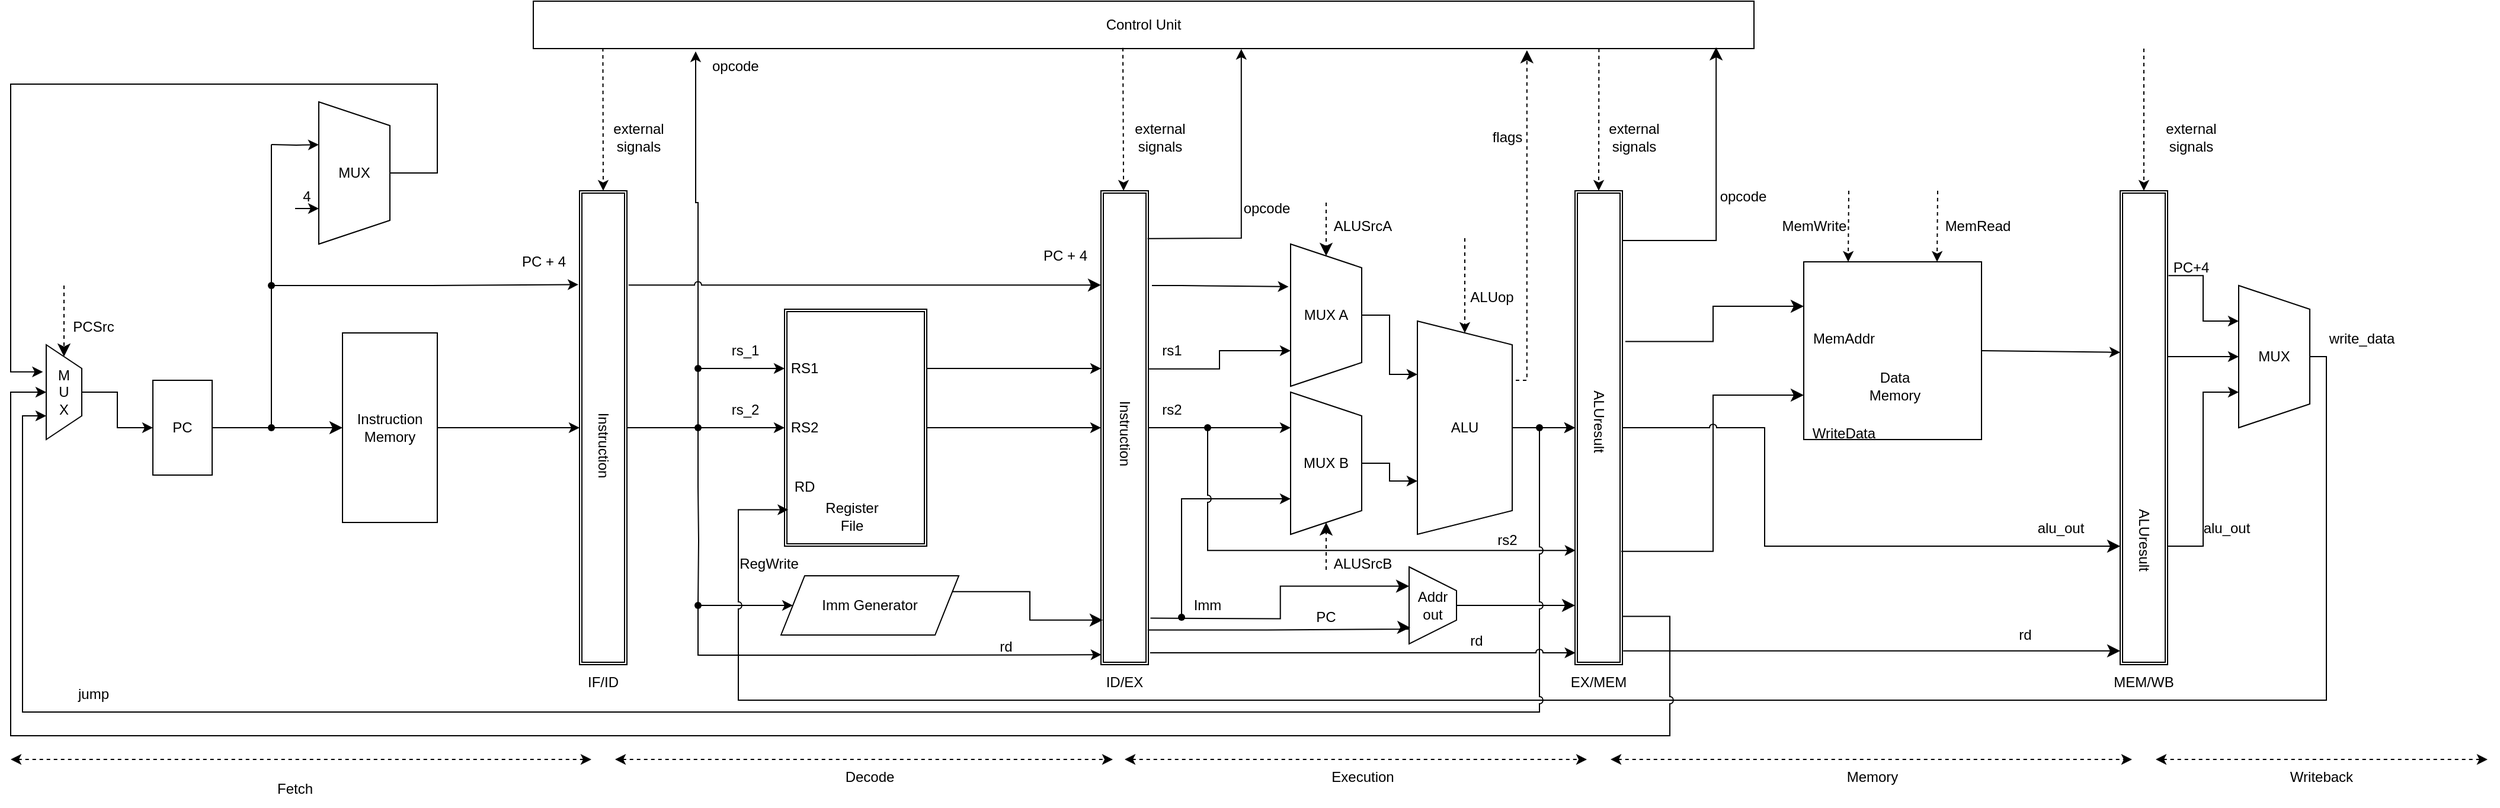
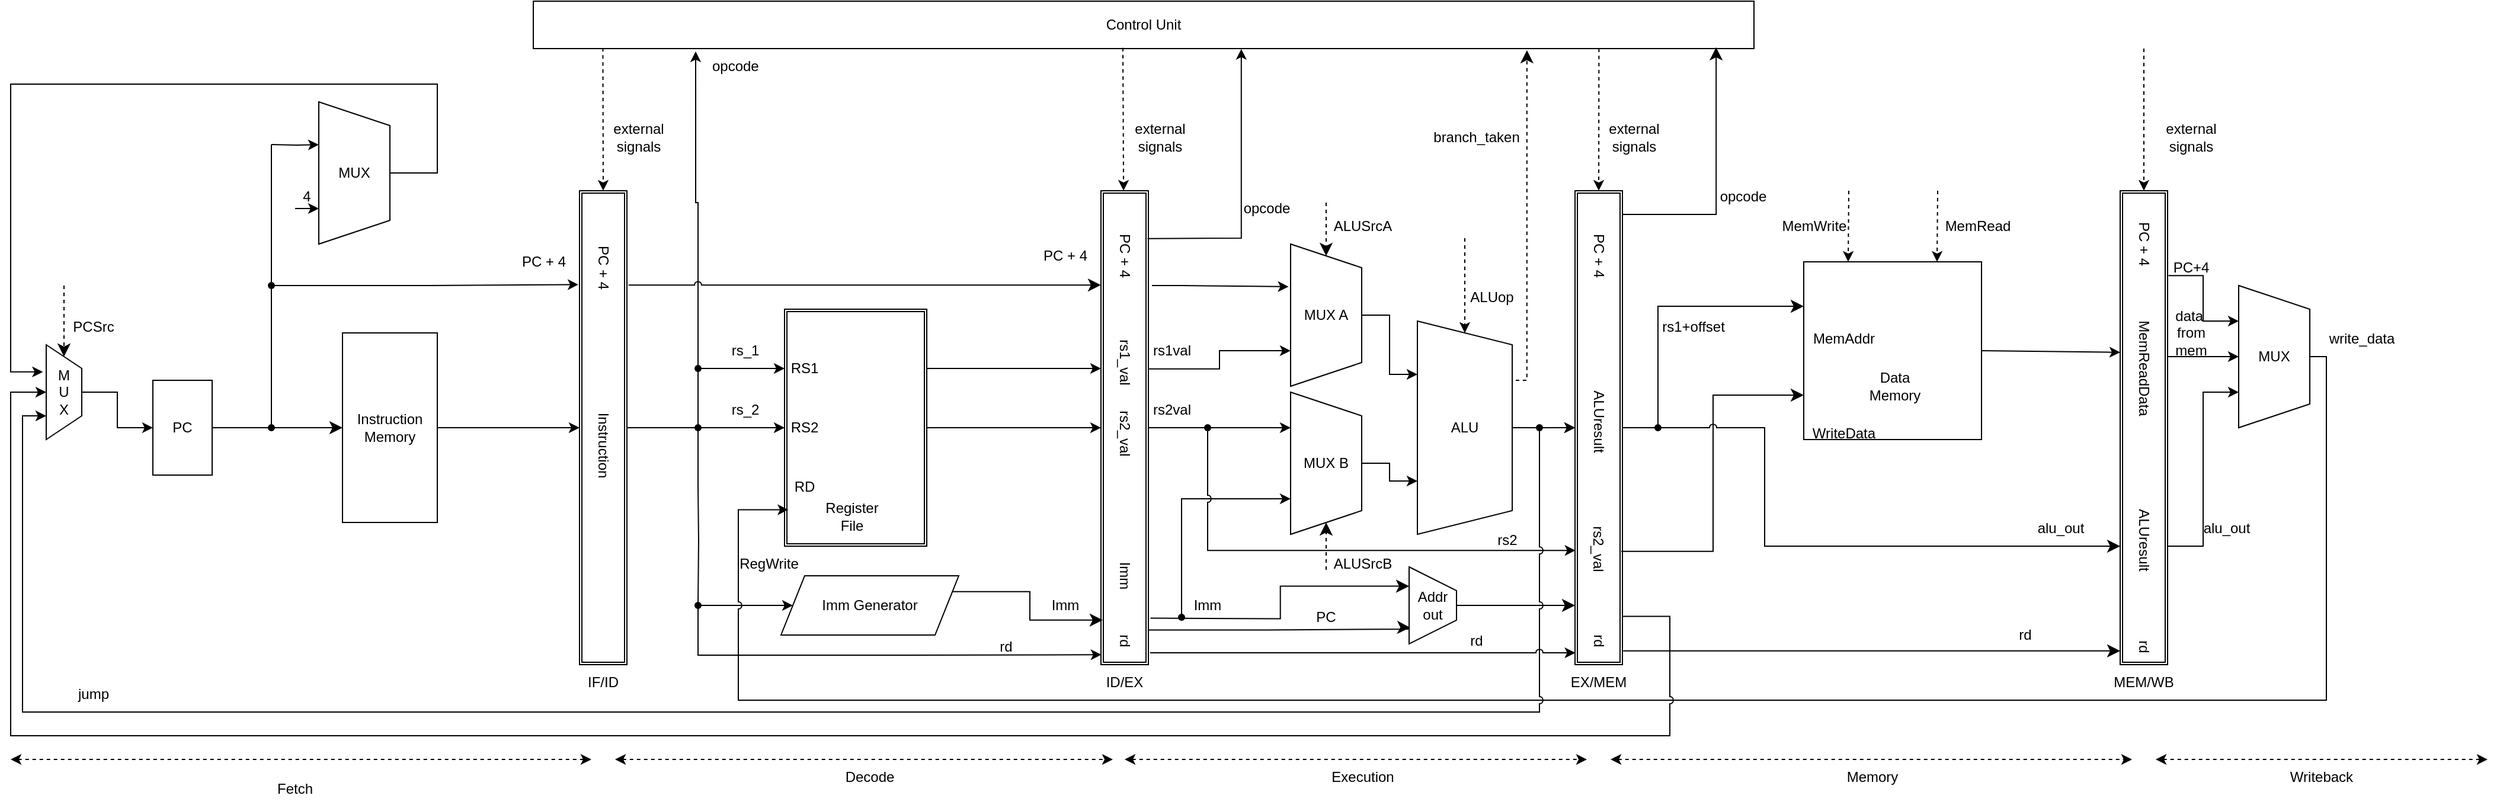
<mxfile host="Electron">
  <diagram name="Страница-1" id="5lXeGck73o0g1I51ajkK">
-     <mxGraphModel dx="2903" dy="1578" grid="1" gridSize="10" guides="1" tooltips="1" connect="1" arrows="1" fold="1" page="1" pageScale="1" pageWidth="827" pageHeight="1169" math="0" shadow="0">
+     <mxGraphModel dx="3403" dy="1578" grid="1" gridSize="10" guides="1" tooltips="1" connect="1" arrows="1" fold="1" page="1" pageScale="1" pageWidth="827" pageHeight="1169" math="0" shadow="0">
      <root>
        <mxCell id="0" />
        <mxCell id="1" parent="0" />
        <mxCell id="jEGAU5lpI0iEoRMDVADk-30" parent="1" style="shape=parallelogram;perimeter=parallelogramPerimeter;whiteSpace=wrap;html=1;fixedSize=1;" value="Imm Generator" vertex="1">
          <mxGeometry height="50" width="150" x="290" y="925" as="geometry" />
        </mxCell>
        <mxCell id="jEGAU5lpI0iEoRMDVADk-65" parent="1" style="rounded=0;whiteSpace=wrap;html=1;" value="Control Unit" vertex="1">
          <mxGeometry height="40" width="1030" x="81" y="440" as="geometry" />
        </mxCell>
        <mxCell id="jEGAU5lpI0iEoRMDVADk-82" parent="1" style="rounded=0;whiteSpace=wrap;html=1;" value="PC" vertex="1">
          <mxGeometry height="80" width="50" x="-240" y="760" as="geometry" />
        </mxCell>
        <mxCell id="jEGAU5lpI0iEoRMDVADk-86" edge="1" parent="1" style="endArrow=classic;html=1;rounded=0;entryDx=0;entryDy=0;entryPerimeter=0;" value="">
          <mxGeometry height="50" relative="1" width="50" as="geometry">
            <mxPoint x="300" y="840" as="sourcePoint" />
            <mxPoint x="300" y="840" as="targetPoint" />
          </mxGeometry>
        </mxCell>
        <mxCell id="jEGAU5lpI0iEoRMDVADk-102" parent="1" style="shape=ext;double=1;rounded=0;whiteSpace=wrap;html=1;" value="" vertex="1">
          <mxGeometry height="200" width="120" x="293" y="700" as="geometry" />
        </mxCell>
        <mxCell id="jEGAU5lpI0iEoRMDVADk-240" parent="1" style="rounded=0;whiteSpace=wrap;html=1;" value="Instruction Memory" vertex="1">
          <mxGeometry height="160" width="80" x="-80" y="720" as="geometry" />
        </mxCell>
        <mxCell id="jEGAU5lpI0iEoRMDVADk-241" parent="1" style="shape=ext;double=1;rounded=0;whiteSpace=wrap;html=1;" value="" vertex="1">
          <mxGeometry height="400" width="40" x="120" y="600" as="geometry" />
        </mxCell>
        <mxCell id="jEGAU5lpI0iEoRMDVADk-243" edge="1" parent="1" source="jEGAU5lpI0iEoRMDVADk-82" style="edgeStyle=segmentEdgeStyle;endArrow=classic;html=1;curved=0;rounded=0;endSize=8;startSize=8;exitX=1;exitY=0.5;exitDx=0;exitDy=0;entryX=0;entryY=0.5;entryDx=0;entryDy=0;" target="jEGAU5lpI0iEoRMDVADk-240" value="">
          <mxGeometry height="50" relative="1" width="50" as="geometry">
            <mxPoint x="-170" y="830" as="sourcePoint" />
            <mxPoint x="-120" y="780" as="targetPoint" />
          </mxGeometry>
        </mxCell>
        <mxCell id="jEGAU5lpI0iEoRMDVADk-246" edge="1" parent="1" style="edgeStyle=orthogonalEdgeStyle;rounded=0;orthogonalLoop=1;jettySize=auto;html=1;entryX=0.301;entryY=0.983;entryDx=0;entryDy=0;entryPerimeter=0;" value="">
          <mxGeometry relative="1" as="geometry">
            <Array as="points" />
            <mxPoint x="-140" y="561" as="sourcePoint" />
            <mxPoint x="-100.00000000000001" y="561.1200000000001" as="targetPoint" />
          </mxGeometry>
        </mxCell>
        <mxCell id="jEGAU5lpI0iEoRMDVADk-244" parent="1" style="shape=waypoint;sketch=0;fillStyle=solid;size=6;pointerEvents=1;points=[];fillColor=none;resizable=0;rotatable=0;perimeter=centerPerimeter;snapToPoint=1;" value="" vertex="1">
          <mxGeometry height="20" width="20" x="-150" y="790" as="geometry" />
        </mxCell>
        <mxCell id="jEGAU5lpI0iEoRMDVADk-247" parent="1" style="shape=trapezoid;perimeter=trapezoidPerimeter;whiteSpace=wrap;html=1;fixedSize=1;direction=south;" value="MUX" vertex="1">
          <mxGeometry height="120" width="60" x="-100" y="525" as="geometry" />
        </mxCell>
        <mxCell id="jEGAU5lpI0iEoRMDVADk-248" edge="1" parent="1" style="endArrow=classic;html=1;rounded=0;entryX=0.75;entryY=1;entryDx=0;entryDy=0;" target="jEGAU5lpI0iEoRMDVADk-247" value="">
          <mxGeometry height="50" relative="1" width="50" as="geometry">
            <mxPoint x="-120" y="615" as="sourcePoint" />
            <mxPoint x="-70" y="660" as="targetPoint" />
          </mxGeometry>
        </mxCell>
        <mxCell id="jEGAU5lpI0iEoRMDVADk-252" edge="1" parent="1" source="jEGAU5lpI0iEoRMDVADk-244" style="edgeStyle=orthogonalEdgeStyle;rounded=0;orthogonalLoop=1;jettySize=auto;html=1;entryDx=0;entryDy=0;entryPerimeter=0;endArrow=none;endFill=0;" target="jEGAU5lpI0iEoRMDVADk-251" value="">
          <mxGeometry relative="1" as="geometry">
            <Array as="points">
              <mxPoint x="-140" y="561" />
            </Array>
            <mxPoint x="-140" y="800" as="sourcePoint" />
            <mxPoint x="-99" y="561" as="targetPoint" />
          </mxGeometry>
        </mxCell>
        <mxCell id="jEGAU5lpI0iEoRMDVADk-253" edge="1" parent="1" source="jEGAU5lpI0iEoRMDVADk-251" style="edgeStyle=orthogonalEdgeStyle;rounded=0;orthogonalLoop=1;jettySize=auto;html=1;entryX=-0.023;entryY=0.198;entryDx=0;entryDy=0;entryPerimeter=0;" target="jEGAU5lpI0iEoRMDVADk-241" value="">
          <mxGeometry relative="1" as="geometry" />
        </mxCell>
        <mxCell id="jEGAU5lpI0iEoRMDVADk-251" parent="1" style="shape=waypoint;sketch=0;fillStyle=solid;size=6;pointerEvents=1;points=[];fillColor=none;resizable=0;rotatable=0;perimeter=centerPerimeter;snapToPoint=1;" value="" vertex="1">
          <mxGeometry height="20" width="20" x="-150" y="670" as="geometry" />
        </mxCell>
        <mxCell id="jEGAU5lpI0iEoRMDVADk-255" parent="1" style="shape=trapezoid;perimeter=trapezoidPerimeter;whiteSpace=wrap;html=1;fixedSize=1;direction=south;" value="" vertex="1">
          <mxGeometry height="80" width="30" x="-330" y="730" as="geometry" />
        </mxCell>
        <mxCell id="jEGAU5lpI0iEoRMDVADk-256" edge="1" parent="1" source="jEGAU5lpI0iEoRMDVADk-247" style="endArrow=classic;html=1;rounded=0;exitX=0.5;exitY=0;exitDx=0;exitDy=0;entryX=0.286;entryY=1.093;entryDx=0;entryDy=0;entryPerimeter=0;edgeStyle=orthogonalEdgeStyle;" target="jEGAU5lpI0iEoRMDVADk-255" value="">
          <mxGeometry height="50" relative="1" width="50" as="geometry">
            <Array as="points">
              <mxPoint y="585" />
              <mxPoint y="510" />
              <mxPoint x="-360" y="510" />
              <mxPoint x="-360" y="753" />
            </Array>
            <mxPoint x="-250" y="590" as="sourcePoint" />
            <mxPoint x="-200" y="540" as="targetPoint" />
          </mxGeometry>
        </mxCell>
        <mxCell id="jEGAU5lpI0iEoRMDVADk-257" edge="1" parent="1" source="jEGAU5lpI0iEoRMDVADk-255" style="endArrow=classic;html=1;rounded=0;exitX=0.5;exitY=0;exitDx=0;exitDy=0;entryX=0;entryY=0.5;entryDx=0;entryDy=0;edgeStyle=orthogonalEdgeStyle;" target="jEGAU5lpI0iEoRMDVADk-82" value="">
          <mxGeometry height="50" relative="1" width="50" as="geometry">
            <mxPoint x="-270" y="790" as="sourcePoint" />
            <mxPoint x="-220" y="740" as="targetPoint" />
          </mxGeometry>
        </mxCell>
        <mxCell id="jEGAU5lpI0iEoRMDVADk-258" parent="1" style="shape=ext;double=1;rounded=0;whiteSpace=wrap;html=1;" value="" vertex="1">
          <mxGeometry height="400" width="40" x="560" y="600" as="geometry" />
        </mxCell>
        <mxCell id="jEGAU5lpI0iEoRMDVADk-259" edge="1" parent="1" source="jEGAU5lpI0iEoRMDVADk-241" style="endArrow=classic;html=1;rounded=0;exitX=1;exitY=0.5;exitDx=0;exitDy=0;entryX=0;entryY=0.5;entryDx=0;entryDy=0;" target="jEGAU5lpI0iEoRMDVADk-102" value="">
          <mxGeometry height="50" relative="1" width="50" as="geometry">
            <mxPoint x="310" y="870" as="sourcePoint" />
            <mxPoint x="360" y="820" as="targetPoint" />
          </mxGeometry>
        </mxCell>
        <mxCell id="jEGAU5lpI0iEoRMDVADk-260" edge="1" parent="1" source="jEGAU5lpI0iEoRMDVADk-240" style="endArrow=classic;html=1;rounded=0;exitX=1;exitY=0.5;exitDx=0;exitDy=0;entryX=0;entryY=0.5;entryDx=0;entryDy=0;" target="jEGAU5lpI0iEoRMDVADk-241" value="">
          <mxGeometry height="50" relative="1" width="50" as="geometry">
            <mxPoint x="200" y="770" as="sourcePoint" />
            <mxPoint x="250" y="720" as="targetPoint" />
          </mxGeometry>
        </mxCell>
        <mxCell id="jEGAU5lpI0iEoRMDVADk-263" edge="1" parent="1" source="jEGAU5lpI0iEoRMDVADk-261" style="edgeStyle=orthogonalEdgeStyle;rounded=0;orthogonalLoop=1;jettySize=auto;html=1;entryX=0;entryY=0.25;entryDx=0;entryDy=0;" target="jEGAU5lpI0iEoRMDVADk-102" value="">
          <mxGeometry relative="1" as="geometry">
            <Array as="points">
              <mxPoint x="220" y="750" />
            </Array>
            <mxPoint x="210" y="710" as="targetPoint" />
          </mxGeometry>
        </mxCell>
        <mxCell id="jEGAU5lpI0iEoRMDVADk-261" parent="1" style="shape=waypoint;sketch=0;fillStyle=solid;size=6;pointerEvents=1;points=[];fillColor=none;resizable=0;rotatable=0;perimeter=centerPerimeter;snapToPoint=1;" value="" vertex="1">
          <mxGeometry height="20" width="20" x="210" y="790" as="geometry" />
        </mxCell>
        <mxCell id="jEGAU5lpI0iEoRMDVADk-266" parent="1" style="text;html=1;whiteSpace=wrap;strokeColor=none;fillColor=none;align=center;verticalAlign=middle;rounded=0;" value="rs_1" vertex="1">
          <mxGeometry height="30" width="60" x="230" y="720" as="geometry" />
        </mxCell>
        <mxCell id="jEGAU5lpI0iEoRMDVADk-267" parent="1" style="text;html=1;whiteSpace=wrap;strokeColor=none;fillColor=none;align=center;verticalAlign=middle;rounded=0;" value="rs_2" vertex="1">
          <mxGeometry height="30" width="60" x="230" y="770" as="geometry" />
        </mxCell>
        <mxCell id="jEGAU5lpI0iEoRMDVADk-271" edge="1" parent="1" source="jEGAU5lpI0iEoRMDVADk-269" style="edgeStyle=orthogonalEdgeStyle;rounded=0;orthogonalLoop=1;jettySize=auto;html=1;entryX=0.133;entryY=1.059;entryDx=0;entryDy=0;entryPerimeter=0;" target="jEGAU5lpI0iEoRMDVADk-65" value="">
          <mxGeometry relative="1" as="geometry">
            <mxPoint x="219" y="440" as="targetPoint" />
          </mxGeometry>
        </mxCell>
        <mxCell id="jEGAU5lpI0iEoRMDVADk-269" parent="1" style="shape=waypoint;sketch=0;fillStyle=solid;size=6;pointerEvents=1;points=[];fillColor=none;resizable=0;rotatable=0;perimeter=centerPerimeter;snapToPoint=1;" value="" vertex="1">
          <mxGeometry height="20" width="20" x="210" y="740" as="geometry" />
        </mxCell>
        <mxCell id="jEGAU5lpI0iEoRMDVADk-273" edge="1" parent="1" source="jEGAU5lpI0iEoRMDVADk-261" style="edgeStyle=orthogonalEdgeStyle;rounded=0;orthogonalLoop=1;jettySize=auto;html=1;entryDx=0;entryDy=0;endArrow=none;endFill=0;" value="">
          <mxGeometry relative="1" as="geometry">
            <Array as="points" />
            <mxPoint x="220" y="800" as="sourcePoint" />
            <mxPoint x="220" y="850" as="targetPoint" />
          </mxGeometry>
        </mxCell>
        <mxCell id="jEGAU5lpI0iEoRMDVADk-275" edge="1" parent="1" source="jEGAU5lpI0iEoRMDVADk-400" style="edgeStyle=orthogonalEdgeStyle;rounded=0;orthogonalLoop=1;jettySize=auto;html=1;entryX=0;entryY=0.5;entryDx=0;entryDy=0;" target="jEGAU5lpI0iEoRMDVADk-30" value="">
          <mxGeometry relative="1" as="geometry">
            <Array as="points" />
            <mxPoint x="220" y="920" as="targetPoint" />
          </mxGeometry>
        </mxCell>
        <mxCell id="jEGAU5lpI0iEoRMDVADk-276" edge="1" parent="1" source="jEGAU5lpI0iEoRMDVADk-30" style="edgeStyle=orthogonalEdgeStyle;endArrow=classic;html=1;rounded=0;endSize=8;startSize=8;exitX=1;exitY=0.25;exitDx=0;exitDy=0;entryX=0.037;entryY=0.906;entryDx=0;entryDy=0;entryPerimeter=0;" target="jEGAU5lpI0iEoRMDVADk-258" value="">
          <mxGeometry height="50" relative="1" width="50" as="geometry">
            <mxPoint x="300" y="850" as="sourcePoint" />
            <mxPoint x="350" y="800" as="targetPoint" />
          </mxGeometry>
        </mxCell>
        <mxCell id="jEGAU5lpI0iEoRMDVADk-277" edge="1" parent="1" source="jEGAU5lpI0iEoRMDVADk-102" style="endArrow=classic;html=1;rounded=0;exitX=1;exitY=0.25;exitDx=0;exitDy=0;" value="">
          <mxGeometry height="50" relative="1" width="50" as="geometry">
            <mxPoint x="300" y="850" as="sourcePoint" />
            <mxPoint x="560" y="750" as="targetPoint" />
          </mxGeometry>
        </mxCell>
        <mxCell id="jEGAU5lpI0iEoRMDVADk-278" edge="1" parent="1" source="jEGAU5lpI0iEoRMDVADk-102" style="endArrow=classic;html=1;rounded=0;exitX=1;exitY=0.5;exitDx=0;exitDy=0;entryX=0;entryY=0.5;entryDx=0;entryDy=0;" target="jEGAU5lpI0iEoRMDVADk-258" value="">
          <mxGeometry height="50" relative="1" width="50" as="geometry">
            <mxPoint x="350" y="820" as="sourcePoint" />
            <mxPoint x="400" y="770" as="targetPoint" />
          </mxGeometry>
        </mxCell>
        <mxCell id="jEGAU5lpI0iEoRMDVADk-279" parent="1" style="text;html=1;whiteSpace=wrap;strokeColor=none;fillColor=none;align=center;verticalAlign=middle;rounded=0;" value="RS1" vertex="1">
          <mxGeometry height="30" width="60" x="280" y="735" as="geometry" />
        </mxCell>
        <mxCell id="jEGAU5lpI0iEoRMDVADk-280" parent="1" style="text;html=1;whiteSpace=wrap;strokeColor=none;fillColor=none;align=center;verticalAlign=middle;rounded=0;" value="RS2" vertex="1">
          <mxGeometry height="30" width="60" x="280" y="785" as="geometry" />
        </mxCell>
        <mxCell id="jEGAU5lpI0iEoRMDVADk-281" parent="1" style="text;html=1;whiteSpace=wrap;strokeColor=none;fillColor=none;align=center;verticalAlign=middle;rounded=0;" value="RD" vertex="1">
          <mxGeometry height="30" width="60" x="280" y="835" as="geometry" />
        </mxCell>
        <mxCell id="jEGAU5lpI0iEoRMDVADk-282" parent="1" style="text;html=1;whiteSpace=wrap;strokeColor=none;fillColor=none;align=center;verticalAlign=middle;rounded=0;" value="Register File" vertex="1">
          <mxGeometry height="30" width="60" x="320" y="860" as="geometry" />
        </mxCell>
        <mxCell id="jEGAU5lpI0iEoRMDVADk-283" parent="1" style="text;html=1;whiteSpace=wrap;strokeColor=none;fillColor=none;align=center;verticalAlign=middle;rounded=0;" value="&amp;nbsp;opcode" vertex="1">
          <mxGeometry height="30" width="60" x="220" y="480" as="geometry" />
        </mxCell>
        <mxCell id="jEGAU5lpI0iEoRMDVADk-284" edge="1" parent="1" style="endArrow=classic;dashed=1;html=1;rounded=0;endFill=1;startArrow=classic;startFill=1;" value="">
          <mxGeometry height="50" relative="1" width="50" as="geometry">
            <mxPoint x="-360" y="1080" as="sourcePoint" />
            <mxPoint x="130" y="1080" as="targetPoint" />
          </mxGeometry>
        </mxCell>
        <mxCell id="jEGAU5lpI0iEoRMDVADk-285" parent="1" style="text;html=1;whiteSpace=wrap;strokeColor=none;fillColor=none;align=center;verticalAlign=middle;rounded=0;" value="Fetch" vertex="1">
          <mxGeometry height="30" width="60" x="-150" y="1090" as="geometry" />
        </mxCell>
        <mxCell id="jEGAU5lpI0iEoRMDVADk-286" edge="1" parent="1" source="jEGAU5lpI0iEoRMDVADk-241" style="edgeStyle=segmentEdgeStyle;endArrow=classic;html=1;curved=0;rounded=0;endSize=8;startSize=8;exitX=1.033;exitY=0.199;exitDx=0;exitDy=0;exitPerimeter=0;jumpStyle=arc;" value="">
          <mxGeometry height="50" relative="1" width="50" as="geometry">
            <mxPoint x="330" y="760" as="sourcePoint" />
            <mxPoint x="560" y="680" as="targetPoint" />
          </mxGeometry>
        </mxCell>
        <mxCell id="jEGAU5lpI0iEoRMDVADk-288" edge="1" parent="1" style="endArrow=classic;dashed=1;html=1;rounded=0;endFill=1;startArrow=classic;startFill=1;" value="">
          <mxGeometry height="50" relative="1" width="50" as="geometry">
            <mxPoint x="150" y="1080" as="sourcePoint" />
            <mxPoint x="570" y="1080" as="targetPoint" />
          </mxGeometry>
        </mxCell>
        <mxCell id="jEGAU5lpI0iEoRMDVADk-289" parent="1" style="text;html=1;whiteSpace=wrap;strokeColor=none;fillColor=none;align=center;verticalAlign=middle;rounded=0;" value="Decode" vertex="1">
          <mxGeometry height="30" width="60" x="335" y="1080" as="geometry" />
        </mxCell>
        <mxCell id="jEGAU5lpI0iEoRMDVADk-290" parent="1" style="text;html=1;whiteSpace=wrap;strokeColor=none;fillColor=none;align=center;verticalAlign=middle;rounded=0;" value="PC + 4" vertex="1">
          <mxGeometry height="30" width="60" x="60" y="645" as="geometry" />
        </mxCell>
        <mxCell id="jEGAU5lpI0iEoRMDVADk-291" parent="1" style="text;html=1;whiteSpace=wrap;strokeColor=none;fillColor=none;align=center;verticalAlign=middle;rounded=0;" value="PC + 4" vertex="1">
          <mxGeometry height="30" width="60" x="500" y="640" as="geometry" />
        </mxCell>
        <mxCell id="jEGAU5lpI0iEoRMDVADk-292" parent="1" style="shape=trapezoid;perimeter=trapezoidPerimeter;whiteSpace=wrap;html=1;fixedSize=1;direction=south;" value="MUX A" vertex="1">
          <mxGeometry height="120" width="60" x="720" y="645" as="geometry" />
        </mxCell>
        <mxCell id="jEGAU5lpI0iEoRMDVADk-293" parent="1" style="shape=trapezoid;perimeter=trapezoidPerimeter;whiteSpace=wrap;html=1;fixedSize=1;direction=south;" value="MUX B" vertex="1">
          <mxGeometry height="120" width="60" x="720" y="770" as="geometry" />
        </mxCell>
        <mxCell id="jEGAU5lpI0iEoRMDVADk-336" edge="1" parent="1" source="jEGAU5lpI0iEoRMDVADk-294" style="edgeStyle=orthogonalEdgeStyle;rounded=0;orthogonalLoop=1;jettySize=auto;html=1;" target="jEGAU5lpI0iEoRMDVADk-302" value="">
          <mxGeometry relative="1" as="geometry" />
        </mxCell>
        <mxCell id="jEGAU5lpI0iEoRMDVADk-294" parent="1" style="shape=trapezoid;perimeter=trapezoidPerimeter;whiteSpace=wrap;html=1;fixedSize=1;direction=south;" value="ALU" vertex="1">
          <mxGeometry height="180" width="80" x="827" y="710" as="geometry" />
        </mxCell>
        <mxCell id="jEGAU5lpI0iEoRMDVADk-295" edge="1" parent="1" style="endArrow=classic;html=1;rounded=0;entryX=0.3;entryY=1.028;entryDx=0;entryDy=0;entryPerimeter=0;edgeStyle=orthogonalEdgeStyle;" target="jEGAU5lpI0iEoRMDVADk-292" value="">
          <mxGeometry height="50" relative="1" width="50" as="geometry">
            <mxPoint x="628" y="680" as="sourcePoint" />
            <mxPoint x="700" y="780" as="targetPoint" />
          </mxGeometry>
        </mxCell>
        <mxCell id="jEGAU5lpI0iEoRMDVADk-296" edge="1" parent="1" source="jEGAU5lpI0iEoRMDVADk-258" style="endArrow=classic;html=1;rounded=0;exitX=1.015;exitY=0.376;exitDx=0;exitDy=0;exitPerimeter=0;entryX=0.75;entryY=1;entryDx=0;entryDy=0;edgeStyle=orthogonalEdgeStyle;" target="jEGAU5lpI0iEoRMDVADk-292" value="">
          <mxGeometry height="50" relative="1" width="50" as="geometry">
            <mxPoint x="620" y="780" as="sourcePoint" />
            <mxPoint x="670" y="730" as="targetPoint" />
          </mxGeometry>
        </mxCell>
        <mxCell id="jEGAU5lpI0iEoRMDVADk-298" edge="1" parent="1" source="jEGAU5lpI0iEoRMDVADk-324" style="endArrow=classic;html=1;rounded=0;exitDx=0;exitDy=0;entryX=0.25;entryY=1;entryDx=0;entryDy=0;edgeStyle=orthogonalEdgeStyle;" target="jEGAU5lpI0iEoRMDVADk-293" value="">
          <mxGeometry height="50" relative="1" width="50" as="geometry">
            <mxPoint x="590" y="780" as="sourcePoint" />
            <mxPoint x="640" y="730" as="targetPoint" />
          </mxGeometry>
        </mxCell>
        <mxCell id="jEGAU5lpI0iEoRMDVADk-299" edge="1" parent="1" source="jEGAU5lpI0iEoRMDVADk-309" style="endArrow=classic;html=1;rounded=0;exitDx=0;exitDy=0;entryX=0.75;entryY=1;entryDx=0;entryDy=0;edgeStyle=orthogonalEdgeStyle;" target="jEGAU5lpI0iEoRMDVADk-293" value="">
          <mxGeometry height="50" relative="1" width="50" as="geometry">
            <Array as="points">
              <mxPoint x="628" y="860" />
            </Array>
            <mxPoint x="590" y="780" as="sourcePoint" />
            <mxPoint x="640" y="730" as="targetPoint" />
          </mxGeometry>
        </mxCell>
        <mxCell id="jEGAU5lpI0iEoRMDVADk-300" edge="1" parent="1" source="jEGAU5lpI0iEoRMDVADk-292" style="endArrow=classic;html=1;rounded=0;exitX=0.5;exitY=0;exitDx=0;exitDy=0;entryX=0.25;entryY=1;entryDx=0;entryDy=0;edgeStyle=orthogonalEdgeStyle;" target="jEGAU5lpI0iEoRMDVADk-294" value="">
          <mxGeometry height="50" relative="1" width="50" as="geometry">
            <mxPoint x="780" y="750" as="sourcePoint" />
            <mxPoint x="830" y="700" as="targetPoint" />
          </mxGeometry>
        </mxCell>
        <mxCell id="jEGAU5lpI0iEoRMDVADk-301" edge="1" parent="1" source="jEGAU5lpI0iEoRMDVADk-293" style="endArrow=classic;html=1;rounded=0;exitX=0.5;exitY=0;exitDx=0;exitDy=0;entryX=0.75;entryY=1;entryDx=0;entryDy=0;edgeStyle=orthogonalEdgeStyle;" target="jEGAU5lpI0iEoRMDVADk-294" value="">
          <mxGeometry height="50" relative="1" width="50" as="geometry">
            <mxPoint x="780" y="750" as="sourcePoint" />
            <mxPoint x="830" y="700" as="targetPoint" />
          </mxGeometry>
        </mxCell>
        <mxCell id="jEGAU5lpI0iEoRMDVADk-302" parent="1" style="shape=ext;double=1;rounded=0;whiteSpace=wrap;html=1;" value="" vertex="1">
          <mxGeometry height="400" width="40" x="960" y="600" as="geometry" />
        </mxCell>
        <mxCell id="jEGAU5lpI0iEoRMDVADk-303" edge="1" parent="1" source="jEGAU5lpI0iEoRMDVADk-376" style="endArrow=classic;html=1;rounded=0;exitDx=0;exitDy=0;entryX=0;entryY=0.5;entryDx=0;entryDy=0;" target="jEGAU5lpI0iEoRMDVADk-302" value="">
          <mxGeometry height="50" relative="1" width="50" as="geometry">
            <mxPoint x="850" y="730" as="sourcePoint" />
            <mxPoint x="900" y="680" as="targetPoint" />
          </mxGeometry>
        </mxCell>
        <mxCell id="jEGAU5lpI0iEoRMDVADk-304" edge="1" parent="1" style="endArrow=classic;dashed=1;html=1;rounded=0;endFill=1;startArrow=classic;startFill=1;" value="">
          <mxGeometry height="50" relative="1" width="50" as="geometry">
            <mxPoint x="580" y="1080" as="sourcePoint" />
            <mxPoint x="970" y="1080" as="targetPoint" />
          </mxGeometry>
        </mxCell>
        <mxCell id="jEGAU5lpI0iEoRMDVADk-305" parent="1" style="shape=trapezoid;perimeter=trapezoidPerimeter;whiteSpace=wrap;html=1;fixedSize=1;direction=south;" value="Addr out" vertex="1">
          <mxGeometry height="65" width="40" x="820" y="917.5" as="geometry" />
        </mxCell>
        <mxCell id="jEGAU5lpI0iEoRMDVADk-307" edge="1" parent="1" style="endArrow=none;html=1;rounded=0;entryDx=0;entryDy=0;entryPerimeter=0;edgeStyle=orthogonalEdgeStyle;endFill=0;" value="">
          <mxGeometry height="50" relative="1" width="50" as="geometry">
            <mxPoint x="603" y="680" as="sourcePoint" />
            <mxPoint x="628" y="680" as="targetPoint" />
          </mxGeometry>
        </mxCell>
        <mxCell id="jEGAU5lpI0iEoRMDVADk-309" parent="1" style="shape=waypoint;sketch=0;fillStyle=solid;size=6;pointerEvents=1;points=[];fillColor=none;resizable=0;rotatable=0;perimeter=centerPerimeter;snapToPoint=1;" value="" vertex="1">
          <mxGeometry height="20" width="20" x="618" y="950" as="geometry" />
        </mxCell>
        <mxCell id="jEGAU5lpI0iEoRMDVADk-315" edge="1" parent="1" style="edgeStyle=orthogonalEdgeStyle;endArrow=classic;html=1;rounded=0;endSize=8;startSize=8;exitX=1.006;exitY=0.899;exitDx=0;exitDy=0;exitPerimeter=0;entryX=0.25;entryY=1;entryDx=0;entryDy=0;" target="jEGAU5lpI0iEoRMDVADk-305" value="">
          <mxGeometry height="50" relative="1" width="50" as="geometry">
            <mxPoint x="601.7400000000002" y="960.7599999999999" as="sourcePoint" />
            <mxPoint x="810" y="930" as="targetPoint" />
          </mxGeometry>
        </mxCell>
        <mxCell id="jEGAU5lpI0iEoRMDVADk-318" edge="1" parent="1" source="jEGAU5lpI0iEoRMDVADk-258" style="edgeStyle=orthogonalEdgeStyle;endArrow=classic;html=1;rounded=0;endSize=8;startSize=8;exitX=0.985;exitY=0.927;exitDx=0;exitDy=0;exitPerimeter=0;entryX=0.788;entryY=0.975;entryDx=0;entryDy=0;entryPerimeter=0;" target="jEGAU5lpI0iEoRMDVADk-305" value="">
          <mxGeometry height="50" relative="1" width="50" as="geometry">
            <Array as="points">
              <mxPoint x="700" y="971" />
              <mxPoint x="820" y="970" />
              <mxPoint x="820" y="969" />
            </Array>
            <mxPoint x="720" y="880" as="sourcePoint" />
            <mxPoint x="770" y="830" as="targetPoint" />
          </mxGeometry>
        </mxCell>
        <mxCell id="jEGAU5lpI0iEoRMDVADk-319" parent="1" style="text;html=1;whiteSpace=wrap;strokeColor=none;fillColor=none;align=center;verticalAlign=middle;rounded=0;" value="PC" vertex="1">
          <mxGeometry height="30" width="60" x="720" y="945" as="geometry" />
        </mxCell>
        <mxCell id="jEGAU5lpI0iEoRMDVADk-320" parent="1" style="text;html=1;whiteSpace=wrap;strokeColor=none;fillColor=none;align=center;verticalAlign=middle;rounded=0;" value="Execution" vertex="1">
          <mxGeometry height="30" width="60" x="751" y="1080" as="geometry" />
        </mxCell>
        <mxCell id="jEGAU5lpI0iEoRMDVADk-321" parent="1" style="text;html=1;whiteSpace=wrap;strokeColor=none;fillColor=none;align=center;verticalAlign=middle;rounded=0;" value="Imm" vertex="1">
          <mxGeometry height="30" width="60" x="620" y="935" as="geometry" />
        </mxCell>
        <mxCell id="jEGAU5lpI0iEoRMDVADk-322" edge="1" parent="1" source="jEGAU5lpI0iEoRMDVADk-305" style="edgeStyle=segmentEdgeStyle;endArrow=classic;html=1;curved=0;rounded=0;endSize=8;startSize=8;exitX=0.5;exitY=0;exitDx=0;exitDy=0;" target="jEGAU5lpI0iEoRMDVADk-302" value="">
          <mxGeometry height="50" relative="1" width="50" as="geometry">
            <mxPoint x="960" y="930" as="sourcePoint" />
            <mxPoint x="1010" y="880" as="targetPoint" />
          </mxGeometry>
        </mxCell>
        <mxCell id="jEGAU5lpI0iEoRMDVADk-325" edge="1" parent="1" source="jEGAU5lpI0iEoRMDVADk-258" style="endArrow=none;html=1;rounded=0;exitX=1;exitY=0.5;exitDx=0;exitDy=0;entryDx=0;entryDy=0;edgeStyle=orthogonalEdgeStyle;endFill=0;" target="jEGAU5lpI0iEoRMDVADk-324" value="">
          <mxGeometry height="50" relative="1" width="50" as="geometry">
            <mxPoint x="600" y="800" as="sourcePoint" />
            <mxPoint x="720" y="800" as="targetPoint" />
          </mxGeometry>
        </mxCell>
        <mxCell id="jEGAU5lpI0iEoRMDVADk-327" edge="1" parent="1" source="jEGAU5lpI0iEoRMDVADk-324" style="edgeStyle=orthogonalEdgeStyle;rounded=0;orthogonalLoop=1;jettySize=auto;html=1;entryX=0.01;entryY=0.759;entryDx=0;entryDy=0;entryPerimeter=0;jumpStyle=arc;" target="jEGAU5lpI0iEoRMDVADk-302" value="">
          <mxGeometry relative="1" as="geometry">
            <Array as="points">
              <mxPoint x="650" y="904" />
            </Array>
            <mxPoint x="650" y="870" as="targetPoint" />
          </mxGeometry>
        </mxCell>
        <mxCell id="jEGAU5lpI0iEoRMDVADk-324" parent="1" style="shape=waypoint;sketch=0;fillStyle=solid;size=6;pointerEvents=1;points=[];fillColor=none;resizable=0;rotatable=0;perimeter=centerPerimeter;snapToPoint=1;" value="" vertex="1">
          <mxGeometry height="20" width="20" x="640" y="790" as="geometry" />
        </mxCell>
-         <mxCell id="jEGAU5lpI0iEoRMDVADk-328" parent="1" style="text;html=1;whiteSpace=wrap;strokeColor=none;fillColor=none;align=center;verticalAlign=middle;rounded=0;" value="rs2" vertex="1">
+         <mxCell id="jEGAU5lpI0iEoRMDVADk-328" parent="1" style="text;html=1;whiteSpace=wrap;strokeColor=none;fillColor=none;align=center;verticalAlign=middle;rounded=0;" value="rs2val" vertex="1">
          <mxGeometry height="30" width="60" x="590" y="770" as="geometry" />
        </mxCell>
        <mxCell id="jEGAU5lpI0iEoRMDVADk-329" parent="1" style="text;html=1;whiteSpace=wrap;strokeColor=none;fillColor=none;align=center;verticalAlign=middle;rounded=0;" value="rs2" vertex="1">
          <mxGeometry height="30" width="60" x="873" y="880" as="geometry" />
        </mxCell>
        <mxCell id="jEGAU5lpI0iEoRMDVADk-330" edge="1" parent="1" style="endArrow=classic;dashed=1;html=1;rounded=0;endFill=1;startArrow=classic;startFill=1;" value="">
          <mxGeometry height="50" relative="1" width="50" as="geometry">
            <mxPoint x="990" y="1080" as="sourcePoint" />
            <mxPoint x="1430" y="1080" as="targetPoint" />
          </mxGeometry>
        </mxCell>
        <mxCell id="jEGAU5lpI0iEoRMDVADk-331" parent="1" style="shape=ext;double=1;rounded=0;whiteSpace=wrap;html=1;" value="" vertex="1">
          <mxGeometry height="400" width="40" x="1420" y="600" as="geometry" />
        </mxCell>
        <mxCell id="jEGAU5lpI0iEoRMDVADk-333" parent="1" style="text;html=1;whiteSpace=wrap;strokeColor=none;fillColor=none;align=center;verticalAlign=middle;rounded=0;" value="Memory" vertex="1">
          <mxGeometry height="30" width="60" x="1181" y="1080" as="geometry" />
        </mxCell>
        <mxCell id="jEGAU5lpI0iEoRMDVADk-334" parent="1" style="whiteSpace=wrap;html=1;aspect=fixed;" value="" vertex="1">
          <mxGeometry height="150" width="150" x="1153" y="660" as="geometry" />
        </mxCell>
-         <mxCell id="jEGAU5lpI0iEoRMDVADk-335" edge="1" parent="1" source="jEGAU5lpI0iEoRMDVADk-302" style="edgeStyle=orthogonalEdgeStyle;endArrow=classic;html=1;rounded=0;endSize=8;startSize=8;exitX=1.061;exitY=0.318;exitDx=0;exitDy=0;entryX=0;entryY=0.25;entryDx=0;entryDy=0;exitPerimeter=0;" target="jEGAU5lpI0iEoRMDVADk-334" value="">
-           <mxGeometry height="50" relative="1" width="50" as="geometry">
+         <mxCell id="jEGAU5lpI0iEoRMDVADk-335" edge="1" parent="1" source="XyD1ADlql0L1OQJpYdDN-18" style="edgeStyle=orthogonalEdgeStyle;endArrow=classic;html=1;rounded=0;endSize=8;startSize=8;exitX=0.555;exitY=-0.047;exitDx=0;exitDy=0;entryX=0;entryY=0.25;entryDx=0;entryDy=0;exitPerimeter=0;" target="jEGAU5lpI0iEoRMDVADk-334" value="">
+           <mxGeometry height="50" relative="1" width="50" as="geometry">
+             <Array as="points">
+               <mxPoint x="1030" y="697" />
+             </Array>
            <mxPoint x="1160" y="770" as="sourcePoint" />
            <mxPoint x="1210" y="720" as="targetPoint" />
          </mxGeometry>
        </mxCell>
        <mxCell id="jEGAU5lpI0iEoRMDVADk-337" edge="1" parent="1" source="jEGAU5lpI0iEoRMDVADk-302" style="edgeStyle=orthogonalEdgeStyle;endArrow=classic;html=1;rounded=0;endSize=8;startSize=8;exitX=0.975;exitY=0.761;exitDx=0;exitDy=0;exitPerimeter=0;entryX=0;entryY=0.75;entryDx=0;entryDy=0;jumpStyle=arc;" target="jEGAU5lpI0iEoRMDVADk-334" value="">
          <mxGeometry height="50" relative="1" width="50" as="geometry">
            <mxPoint x="1040" y="840" as="sourcePoint" />
            <mxPoint x="1090" y="790" as="targetPoint" />
          </mxGeometry>
        </mxCell>
        <mxCell id="jEGAU5lpI0iEoRMDVADk-338" parent="1" style="text;html=1;whiteSpace=wrap;strokeColor=none;fillColor=none;align=center;verticalAlign=middle;rounded=0;" value="MemAddr" vertex="1">
          <mxGeometry height="30" width="60" x="1157" y="710" as="geometry" />
        </mxCell>
        <mxCell id="jEGAU5lpI0iEoRMDVADk-339" parent="1" style="text;html=1;whiteSpace=wrap;strokeColor=none;fillColor=none;align=center;verticalAlign=middle;rounded=0;" value="WriteData" vertex="1">
          <mxGeometry height="30" width="60" x="1157" y="790" as="geometry" />
        </mxCell>
        <mxCell id="jEGAU5lpI0iEoRMDVADk-340" parent="1" style="text;html=1;whiteSpace=wrap;strokeColor=none;fillColor=none;align=center;verticalAlign=middle;rounded=0;" value="Data Memory" vertex="1">
          <mxGeometry height="30" width="60" x="1200" y="750" as="geometry" />
        </mxCell>
        <mxCell id="jEGAU5lpI0iEoRMDVADk-341" edge="1" parent="1" source="jEGAU5lpI0iEoRMDVADk-302" style="edgeStyle=orthogonalEdgeStyle;endArrow=classic;html=1;rounded=0;endSize=8;startSize=8;exitX=1;exitY=0.5;exitDx=0;exitDy=0;entryX=0;entryY=0.75;entryDx=0;entryDy=0;jumpStyle=arc;" target="jEGAU5lpI0iEoRMDVADk-331" value="">
          <mxGeometry height="50" relative="1" width="50" as="geometry">
            <Array as="points">
              <mxPoint x="1120" y="800" />
              <mxPoint x="1120" y="900" />
            </Array>
            <mxPoint x="1410" y="770" as="sourcePoint" />
            <mxPoint x="1460" y="720" as="targetPoint" />
          </mxGeometry>
        </mxCell>
        <mxCell id="jEGAU5lpI0iEoRMDVADk-342" edge="1" parent="1" style="endArrow=classic;dashed=1;html=1;rounded=0;endFill=1;startArrow=classic;startFill=1;" value="">
          <mxGeometry height="50" relative="1" width="50" as="geometry">
            <mxPoint x="1450" y="1080" as="sourcePoint" />
            <mxPoint x="1730" y="1080" as="targetPoint" />
          </mxGeometry>
        </mxCell>
        <mxCell id="jEGAU5lpI0iEoRMDVADk-343" edge="1" parent="1" source="jEGAU5lpI0iEoRMDVADk-334" style="endArrow=classic;html=1;rounded=0;exitX=1;exitY=0.5;exitDx=0;exitDy=0;entryX=0;entryY=0.341;entryDx=0;entryDy=0;entryPerimeter=0;" target="jEGAU5lpI0iEoRMDVADk-331" value="">
          <mxGeometry height="50" relative="1" width="50" as="geometry">
            <mxPoint x="1650" y="810" as="sourcePoint" />
            <mxPoint x="1700" y="760" as="targetPoint" />
          </mxGeometry>
        </mxCell>
        <mxCell id="jEGAU5lpI0iEoRMDVADk-344" parent="1" style="text;html=1;whiteSpace=wrap;strokeColor=none;fillColor=none;align=center;verticalAlign=middle;rounded=0;" value="alu_out" vertex="1">
          <mxGeometry height="30" width="60" x="1340" y="870" as="geometry" />
        </mxCell>
        <mxCell id="jEGAU5lpI0iEoRMDVADk-345" parent="1" style="shape=trapezoid;perimeter=trapezoidPerimeter;whiteSpace=wrap;html=1;fixedSize=1;direction=south;" value="MUX" vertex="1">
          <mxGeometry height="120" width="60" x="1520" y="680" as="geometry" />
        </mxCell>
        <mxCell id="jEGAU5lpI0iEoRMDVADk-346" edge="1" parent="1" source="jEGAU5lpI0iEoRMDVADk-331" style="endArrow=classic;html=1;rounded=0;exitX=1.007;exitY=0.35;exitDx=0;exitDy=0;exitPerimeter=0;entryX=0.5;entryY=1;entryDx=0;entryDy=0;" target="jEGAU5lpI0iEoRMDVADk-345" value="">
          <mxGeometry height="50" relative="1" width="50" as="geometry">
            <mxPoint x="1350" y="780" as="sourcePoint" />
            <mxPoint x="1400" y="730" as="targetPoint" />
          </mxGeometry>
        </mxCell>
        <mxCell id="jEGAU5lpI0iEoRMDVADk-347" edge="1" parent="1" source="jEGAU5lpI0iEoRMDVADk-331" style="endArrow=classic;html=1;rounded=0;exitX=1;exitY=0.75;exitDx=0;exitDy=0;entryX=0.75;entryY=1;entryDx=0;entryDy=0;edgeStyle=orthogonalEdgeStyle;" target="jEGAU5lpI0iEoRMDVADk-345" value="">
          <mxGeometry height="50" relative="1" width="50" as="geometry">
            <mxPoint x="1490" y="890" as="sourcePoint" />
            <mxPoint x="1540" y="840" as="targetPoint" />
          </mxGeometry>
        </mxCell>
        <mxCell id="jEGAU5lpI0iEoRMDVADk-349" parent="1" style="text;html=1;whiteSpace=wrap;strokeColor=none;fillColor=none;align=center;verticalAlign=middle;rounded=0;" value="Writeback" vertex="1">
          <mxGeometry height="30" width="60" x="1560" y="1080" as="geometry" />
        </mxCell>
        <mxCell id="jEGAU5lpI0iEoRMDVADk-350" edge="1" parent="1" source="jEGAU5lpI0iEoRMDVADk-345" style="endArrow=classic;html=1;rounded=0;exitX=0.5;exitY=0;exitDx=0;exitDy=0;entryX=-0.007;entryY=0.946;entryDx=0;entryDy=0;entryPerimeter=0;edgeStyle=orthogonalEdgeStyle;jumpStyle=arc;" value="">
          <mxGeometry height="50" relative="1" width="50" as="geometry">
            <Array as="points">
              <mxPoint x="1594" y="740" />
              <mxPoint x="1594" y="1030" />
              <mxPoint x="254" y="1030" />
              <mxPoint x="254" y="869" />
            </Array>
            <mxPoint x="1584" y="720" as="sourcePoint" />
            <mxPoint x="296.15999999999985" y="869.2" as="targetPoint" />
          </mxGeometry>
        </mxCell>
        <mxCell id="jEGAU5lpI0iEoRMDVADk-351" parent="1" style="text;html=1;whiteSpace=wrap;strokeColor=none;fillColor=none;align=center;verticalAlign=middle;rounded=0;" value="write_data" vertex="1">
          <mxGeometry height="30" width="60" x="1594" y="710" as="geometry" />
        </mxCell>
        <mxCell id="jEGAU5lpI0iEoRMDVADk-352" edge="1" parent="1" source="jEGAU5lpI0iEoRMDVADk-302" style="endArrow=classic;html=1;rounded=0;exitX=1.013;exitY=0.898;exitDx=0;exitDy=0;exitPerimeter=0;edgeStyle=orthogonalEdgeStyle;jumpStyle=arc;entryX=0.5;entryY=1;entryDx=0;entryDy=0;" target="jEGAU5lpI0iEoRMDVADk-255" value="">
          <mxGeometry height="50" relative="1" width="50" as="geometry">
            <Array as="points">
              <mxPoint x="1040" y="959" />
              <mxPoint x="1040" y="1060" />
              <mxPoint x="-360" y="1060" />
              <mxPoint x="-360" y="770" />
            </Array>
            <mxPoint x="870" y="1030" as="sourcePoint" />
            <mxPoint x="-370" y="780" as="targetPoint" />
          </mxGeometry>
        </mxCell>
-         <mxCell id="jEGAU5lpI0iEoRMDVADk-353" parent="1" style="text;html=1;whiteSpace=wrap;strokeColor=none;fillColor=none;align=center;verticalAlign=middle;rounded=0;" value="rs1" vertex="1">
+         <mxCell id="jEGAU5lpI0iEoRMDVADk-353" parent="1" style="text;html=1;whiteSpace=wrap;strokeColor=none;fillColor=none;align=center;verticalAlign=middle;rounded=0;" value="rs1val" vertex="1">
          <mxGeometry height="30" width="60" x="590" y="720" as="geometry" />
        </mxCell>
        <mxCell id="jEGAU5lpI0iEoRMDVADk-354" edge="1" parent="1" source="jEGAU5lpI0iEoRMDVADk-65" style="endArrow=classic;html=1;rounded=0;exitX=0.483;exitY=0.983;exitDx=0;exitDy=0;exitPerimeter=0;dashed=1;" target="jEGAU5lpI0iEoRMDVADk-258" value="">
          <mxGeometry height="50" relative="1" width="50" as="geometry">
            <mxPoint x="470" y="680" as="sourcePoint" />
            <mxPoint x="520" y="630" as="targetPoint" />
          </mxGeometry>
        </mxCell>
        <mxCell id="jEGAU5lpI0iEoRMDVADk-356" parent="1" style="text;html=1;whiteSpace=wrap;strokeColor=none;fillColor=none;align=center;verticalAlign=middle;rounded=0;" value="external signals" vertex="1">
          <mxGeometry height="30" width="60" x="580" y="540" as="geometry" />
        </mxCell>
        <mxCell id="jEGAU5lpI0iEoRMDVADk-357" edge="1" parent="1" source="jEGAU5lpI0iEoRMDVADk-65" style="endArrow=classic;html=1;rounded=0;exitX=0.873;exitY=0.999;exitDx=0;exitDy=0;exitPerimeter=0;entryX=0.5;entryY=0;entryDx=0;entryDy=0;dashed=1;" target="jEGAU5lpI0iEoRMDVADk-302" value="">
          <mxGeometry height="50" relative="1" width="50" as="geometry">
            <mxPoint x="860" y="690" as="sourcePoint" />
            <mxPoint x="910" y="640" as="targetPoint" />
          </mxGeometry>
        </mxCell>
        <mxCell id="jEGAU5lpI0iEoRMDVADk-358" parent="1" style="text;html=1;whiteSpace=wrap;strokeColor=none;fillColor=none;align=center;verticalAlign=middle;rounded=0;" value="external signals" vertex="1">
          <mxGeometry height="30" width="60" x="980" y="540" as="geometry" />
        </mxCell>
        <mxCell id="jEGAU5lpI0iEoRMDVADk-359" edge="1" parent="1" style="endArrow=classic;html=1;rounded=0;entryX=0.25;entryY=0;entryDx=0;entryDy=0;dashed=1;" target="jEGAU5lpI0iEoRMDVADk-334" value="">
          <mxGeometry height="50" relative="1" width="50" as="geometry">
            <mxPoint x="1191" y="600" as="sourcePoint" />
            <mxPoint x="1430" y="710" as="targetPoint" />
          </mxGeometry>
        </mxCell>
        <mxCell id="jEGAU5lpI0iEoRMDVADk-360" edge="1" parent="1" style="endArrow=classic;html=1;rounded=0;entryX=0.75;entryY=0;entryDx=0;entryDy=0;dashed=1;" target="jEGAU5lpI0iEoRMDVADk-334" value="">
          <mxGeometry height="50" relative="1" width="50" as="geometry">
            <mxPoint x="1266" y="600" as="sourcePoint" />
            <mxPoint x="1360" y="590" as="targetPoint" />
          </mxGeometry>
        </mxCell>
        <mxCell id="jEGAU5lpI0iEoRMDVADk-361" parent="1" style="text;html=1;whiteSpace=wrap;strokeColor=none;fillColor=none;align=center;verticalAlign=middle;rounded=0;" value="MemWrite" vertex="1">
          <mxGeometry height="30" width="60" x="1132" y="615" as="geometry" />
        </mxCell>
        <mxCell id="jEGAU5lpI0iEoRMDVADk-362" parent="1" style="text;html=1;whiteSpace=wrap;strokeColor=none;fillColor=none;align=center;verticalAlign=middle;rounded=0;" value="MemRead" vertex="1">
          <mxGeometry height="30" width="60" x="1270" y="615" as="geometry" />
        </mxCell>
        <mxCell id="jEGAU5lpI0iEoRMDVADk-363" parent="1" style="text;html=1;whiteSpace=wrap;strokeColor=none;fillColor=none;align=center;verticalAlign=middle;rounded=0;" value="4" vertex="1">
          <mxGeometry height="30" width="60" x="-140" y="590" as="geometry" />
        </mxCell>
        <mxCell id="jEGAU5lpI0iEoRMDVADk-364" parent="1" style="text;html=1;whiteSpace=wrap;strokeColor=none;fillColor=none;align=center;verticalAlign=middle;rounded=0;" value="M&lt;div&gt;U&lt;/div&gt;&lt;div&gt;X&lt;/div&gt;" vertex="1">
          <mxGeometry height="30" width="60" x="-345" y="755" as="geometry" />
        </mxCell>
        <mxCell id="jEGAU5lpI0iEoRMDVADk-365" parent="1" style="text;html=1;whiteSpace=wrap;strokeColor=none;fillColor=none;align=center;verticalAlign=middle;rounded=0;" value="RegWrite" vertex="1">
          <mxGeometry height="30" width="60" x="250" y="900" as="geometry" />
        </mxCell>
        <mxCell id="jEGAU5lpI0iEoRMDVADk-366" edge="1" parent="1" style="endArrow=classic;html=1;rounded=0;entryX=0;entryY=0.5;entryDx=0;entryDy=0;dashed=1;" target="jEGAU5lpI0iEoRMDVADk-294" value="">
          <mxGeometry height="50" relative="1" width="50" as="geometry">
            <mxPoint x="867" y="640" as="sourcePoint" />
            <mxPoint x="910" y="710" as="targetPoint" />
          </mxGeometry>
        </mxCell>
        <mxCell id="jEGAU5lpI0iEoRMDVADk-367" parent="1" style="text;html=1;whiteSpace=wrap;strokeColor=none;fillColor=none;align=center;verticalAlign=middle;rounded=0;" value="ALUop" vertex="1">
          <mxGeometry height="30" width="60" x="860" y="675" as="geometry" />
        </mxCell>
        <mxCell id="jEGAU5lpI0iEoRMDVADk-368" parent="1" style="text;html=1;whiteSpace=wrap;strokeColor=none;fillColor=none;align=center;verticalAlign=middle;rounded=0;" value="IF/ID" vertex="1">
          <mxGeometry height="30" width="60" x="110" y="1000" as="geometry" />
        </mxCell>
        <mxCell id="jEGAU5lpI0iEoRMDVADk-369" parent="1" style="text;html=1;whiteSpace=wrap;strokeColor=none;fillColor=none;align=center;verticalAlign=middle;rounded=0;" value="ID/EX" vertex="1">
          <mxGeometry height="30" width="60" x="550" y="1000" as="geometry" />
        </mxCell>
        <mxCell id="jEGAU5lpI0iEoRMDVADk-371" parent="1" style="text;html=1;whiteSpace=wrap;strokeColor=none;fillColor=none;align=center;verticalAlign=middle;rounded=0;" value="EX/MEM" vertex="1">
          <mxGeometry height="30" width="60" x="950" y="1000" as="geometry" />
        </mxCell>
        <mxCell id="jEGAU5lpI0iEoRMDVADk-372" parent="1" style="text;html=1;whiteSpace=wrap;strokeColor=none;fillColor=none;align=center;verticalAlign=middle;rounded=0;" value="MEM/WB" vertex="1">
          <mxGeometry height="30" width="60" x="1410" y="1000" as="geometry" />
        </mxCell>
        <mxCell id="jEGAU5lpI0iEoRMDVADk-373" edge="1" parent="1" source="jEGAU5lpI0iEoRMDVADk-258" style="endArrow=classic;html=1;rounded=0;exitX=0.982;exitY=0.101;exitDx=0;exitDy=0;exitPerimeter=0;entryX=0.58;entryY=1.008;entryDx=0;entryDy=0;entryPerimeter=0;edgeStyle=orthogonalEdgeStyle;" target="jEGAU5lpI0iEoRMDVADk-65" value="">
          <mxGeometry height="50" relative="1" width="50" as="geometry">
            <Array as="points">
              <mxPoint x="603" y="640" />
              <mxPoint x="678" y="640" />
            </Array>
            <mxPoint x="640" y="740" as="sourcePoint" />
            <mxPoint x="690" y="690" as="targetPoint" />
          </mxGeometry>
        </mxCell>
        <mxCell id="jEGAU5lpI0iEoRMDVADk-375" parent="1" style="text;html=1;whiteSpace=wrap;strokeColor=none;fillColor=none;align=center;verticalAlign=middle;rounded=0;" value="opcode" vertex="1">
          <mxGeometry height="30" width="60" x="670" y="600" as="geometry" />
        </mxCell>
        <mxCell id="jEGAU5lpI0iEoRMDVADk-377" edge="1" parent="1" source="jEGAU5lpI0iEoRMDVADk-294" style="endArrow=none;html=1;rounded=0;exitX=0.5;exitY=0;exitDx=0;exitDy=0;entryDx=0;entryDy=0;endFill=0;" target="jEGAU5lpI0iEoRMDVADk-376" value="">
          <mxGeometry height="50" relative="1" width="50" as="geometry">
            <mxPoint x="907" y="800" as="sourcePoint" />
            <mxPoint x="960" y="800" as="targetPoint" />
          </mxGeometry>
        </mxCell>
        <mxCell id="jEGAU5lpI0iEoRMDVADk-378" edge="1" parent="1" source="jEGAU5lpI0iEoRMDVADk-376" style="edgeStyle=orthogonalEdgeStyle;rounded=0;orthogonalLoop=1;jettySize=auto;html=1;jumpStyle=arc;entryX=0.75;entryY=1;entryDx=0;entryDy=0;" target="jEGAU5lpI0iEoRMDVADk-255" value="">
          <mxGeometry relative="1" as="geometry">
            <Array as="points">
              <mxPoint x="930" y="1040" />
              <mxPoint x="-350" y="1040" />
              <mxPoint x="-350" y="790" />
            </Array>
            <mxPoint x="-330" y="850" as="targetPoint" />
          </mxGeometry>
        </mxCell>
        <mxCell id="jEGAU5lpI0iEoRMDVADk-376" parent="1" style="shape=waypoint;sketch=0;fillStyle=solid;size=6;pointerEvents=1;points=[];fillColor=none;resizable=0;rotatable=0;perimeter=centerPerimeter;snapToPoint=1;" value="" vertex="1">
          <mxGeometry height="20" width="20" x="920" y="790" as="geometry" />
        </mxCell>
        <mxCell id="jEGAU5lpI0iEoRMDVADk-380" parent="1" style="text;html=1;whiteSpace=wrap;strokeColor=none;fillColor=none;align=center;verticalAlign=middle;rounded=0;" value="jump" vertex="1">
          <mxGeometry height="30" width="60" x="-320" y="1010" as="geometry" />
        </mxCell>
        <mxCell id="jEGAU5lpI0iEoRMDVADk-381" edge="1" parent="1" style="edgeStyle=segmentEdgeStyle;endArrow=classic;html=1;curved=0;rounded=0;endSize=8;startSize=8;entryX=0;entryY=0.5;entryDx=0;entryDy=0;dashed=1;" target="jEGAU5lpI0iEoRMDVADk-255" value="">
          <mxGeometry height="50" relative="1" width="50" as="geometry">
            <mxPoint x="-315" y="680" as="sourcePoint" />
            <mxPoint x="10" y="640" as="targetPoint" />
          </mxGeometry>
        </mxCell>
        <mxCell id="jEGAU5lpI0iEoRMDVADk-382" parent="1" style="text;html=1;whiteSpace=wrap;strokeColor=none;fillColor=none;align=center;verticalAlign=middle;rounded=0;" value="PCSrc" vertex="1">
          <mxGeometry height="30" width="60" x="-320" y="700" as="geometry" />
        </mxCell>
        <mxCell id="jEGAU5lpI0iEoRMDVADk-383" edge="1" parent="1" style="edgeStyle=segmentEdgeStyle;endArrow=classic;html=1;curved=0;rounded=0;endSize=8;startSize=8;dashed=1;" target="jEGAU5lpI0iEoRMDVADk-292" value="">
          <mxGeometry height="50" relative="1" width="50" as="geometry">
            <mxPoint x="750" y="610" as="sourcePoint" />
            <mxPoint x="780" y="640" as="targetPoint" />
          </mxGeometry>
        </mxCell>
        <mxCell id="jEGAU5lpI0iEoRMDVADk-384" parent="1" style="text;html=1;whiteSpace=wrap;strokeColor=none;fillColor=none;align=center;verticalAlign=middle;rounded=0;" value="ALUSrcA" vertex="1">
          <mxGeometry height="30" width="60" x="751" y="615" as="geometry" />
        </mxCell>
        <mxCell id="jEGAU5lpI0iEoRMDVADk-385" edge="1" parent="1" style="edgeStyle=segmentEdgeStyle;endArrow=classic;html=1;curved=0;rounded=0;endSize=8;startSize=8;entryX=1;entryY=0.5;entryDx=0;entryDy=0;dashed=1;" target="jEGAU5lpI0iEoRMDVADk-293" value="">
          <mxGeometry height="50" relative="1" width="50" as="geometry">
            <mxPoint x="750" y="920" as="sourcePoint" />
            <mxPoint x="780" y="870" as="targetPoint" />
          </mxGeometry>
        </mxCell>
        <mxCell id="jEGAU5lpI0iEoRMDVADk-386" parent="1" style="text;html=1;whiteSpace=wrap;strokeColor=none;fillColor=none;align=center;verticalAlign=middle;rounded=0;" value="ALUSrcB" vertex="1">
          <mxGeometry height="30" width="60" x="751" y="900" as="geometry" />
        </mxCell>
-         <mxCell id="jEGAU5lpI0iEoRMDVADk-387" edge="1" parent="1" source="jEGAU5lpI0iEoRMDVADk-302" style="edgeStyle=segmentEdgeStyle;endArrow=classic;html=1;curved=0;rounded=0;endSize=8;startSize=8;exitX=0.998;exitY=0.105;exitDx=0;exitDy=0;exitPerimeter=0;entryX=0.969;entryY=0.973;entryDx=0;entryDy=0;entryPerimeter=0;" target="jEGAU5lpI0iEoRMDVADk-65" value="">
-           <mxGeometry height="50" relative="1" width="50" as="geometry">
-             <mxPoint x="990" y="660" as="sourcePoint" />
+         <mxCell id="jEGAU5lpI0iEoRMDVADk-387" edge="1" parent="1" style="edgeStyle=segmentEdgeStyle;endArrow=classic;html=1;curved=0;rounded=0;endSize=8;startSize=8;entryX=0.969;entryY=0.973;entryDx=0;entryDy=0;entryPerimeter=0;" target="jEGAU5lpI0iEoRMDVADk-65" value="">
+           <mxGeometry height="50" relative="1" width="50" as="geometry">
+             <Array as="points">
+               <mxPoint x="1000" y="620" />
+               <mxPoint x="1079" y="620" />
+             </Array>
+             <mxPoint x="1000" y="620" as="sourcePoint" />
            <mxPoint x="1040" y="610" as="targetPoint" />
          </mxGeometry>
        </mxCell>
        <mxCell id="jEGAU5lpI0iEoRMDVADk-388" parent="1" style="text;html=1;whiteSpace=wrap;strokeColor=none;fillColor=none;align=center;verticalAlign=middle;rounded=0;" value="opcode" vertex="1">
          <mxGeometry height="30" width="60" x="1072" y="590" as="geometry" />
        </mxCell>
        <mxCell id="jEGAU5lpI0iEoRMDVADk-389" edge="1" parent="1" style="edgeStyle=segmentEdgeStyle;endArrow=classic;html=1;curved=0;rounded=0;endSize=8;startSize=8;entryX=0.814;entryY=1.034;entryDx=0;entryDy=0;entryPerimeter=0;dashed=1;" target="jEGAU5lpI0iEoRMDVADk-65" value="">
          <mxGeometry height="50" relative="1" width="50" as="geometry">
            <mxPoint x="910" y="760" as="sourcePoint" />
            <mxPoint x="920" y="490" as="targetPoint" />
          </mxGeometry>
        </mxCell>
-         <mxCell id="jEGAU5lpI0iEoRMDVADk-390" parent="1" style="text;html=1;whiteSpace=wrap;strokeColor=none;fillColor=none;align=center;verticalAlign=middle;rounded=0;" value="flags" vertex="1">
-           <mxGeometry height="30" width="60" x="873" y="540" as="geometry" />
+         <mxCell id="jEGAU5lpI0iEoRMDVADk-390" parent="1" style="text;html=1;whiteSpace=wrap;strokeColor=none;fillColor=none;align=center;verticalAlign=middle;rounded=0;" value="branch_taken" vertex="1">
+           <mxGeometry height="30" width="60" x="847" y="540" as="geometry" />
        </mxCell>
        <mxCell id="jEGAU5lpI0iEoRMDVADk-391" edge="1" parent="1" source="jEGAU5lpI0iEoRMDVADk-331" style="endArrow=classic;html=1;rounded=0;exitX=1.019;exitY=0.179;exitDx=0;exitDy=0;exitPerimeter=0;entryX=0.25;entryY=1;entryDx=0;entryDy=0;edgeStyle=orthogonalEdgeStyle;" target="jEGAU5lpI0iEoRMDVADk-345" value="">
          <mxGeometry height="50" relative="1" width="50" as="geometry">
            <mxPoint x="1440" y="750" as="sourcePoint" />
            <mxPoint x="1490" y="700" as="targetPoint" />
          </mxGeometry>
        </mxCell>
        <mxCell id="jEGAU5lpI0iEoRMDVADk-393" parent="1" style="text;html=1;whiteSpace=wrap;strokeColor=none;fillColor=none;align=center;verticalAlign=middle;rounded=0;" value="PC+4" vertex="1">
          <mxGeometry height="30" width="60" x="1450" y="650" as="geometry" />
        </mxCell>
        <mxCell id="jEGAU5lpI0iEoRMDVADk-395" parent="1" style="text;html=1;whiteSpace=wrap;strokeColor=none;fillColor=none;align=center;verticalAlign=middle;rounded=0;" value="alu_out" vertex="1">
          <mxGeometry height="30" width="60" x="1480" y="870" as="geometry" />
        </mxCell>
        <mxCell id="jEGAU5lpI0iEoRMDVADk-396" parent="1" style="text;html=1;whiteSpace=wrap;strokeColor=none;fillColor=none;align=center;verticalAlign=middle;rounded=0;rotation=90;" value="Instruction" vertex="1">
          <mxGeometry height="30" width="150" x="65" y="800" as="geometry" />
-         </mxCell>
-         <mxCell id="jEGAU5lpI0iEoRMDVADk-398" parent="1" style="text;html=1;whiteSpace=wrap;strokeColor=none;fillColor=none;align=center;verticalAlign=middle;rounded=0;rotation=90;" value="Instruction" vertex="1">
-           <mxGeometry height="30" width="60" x="550" y="790" as="geometry" />
        </mxCell>
        <mxCell id="jEGAU5lpI0iEoRMDVADk-399" parent="1" style="text;html=1;whiteSpace=wrap;strokeColor=none;fillColor=none;align=center;verticalAlign=middle;rounded=0;rotation=90;" value="ALUresult" vertex="1">
          <mxGeometry height="30" width="60" x="950" y="780" as="geometry" />
        </mxCell>
        <mxCell id="jEGAU5lpI0iEoRMDVADk-401" edge="1" parent="1" style="edgeStyle=orthogonalEdgeStyle;rounded=0;orthogonalLoop=1;jettySize=auto;html=1;entryDx=0;entryDy=0;endArrow=none;endFill=0;" target="jEGAU5lpI0iEoRMDVADk-400" value="">
          <mxGeometry relative="1" as="geometry">
            <Array as="points" />
            <mxPoint x="220" y="850" as="sourcePoint" />
            <mxPoint x="300" y="950" as="targetPoint" />
          </mxGeometry>
        </mxCell>
        <mxCell id="jEGAU5lpI0iEoRMDVADk-403" edge="1" parent="1" source="jEGAU5lpI0iEoRMDVADk-400" style="edgeStyle=orthogonalEdgeStyle;rounded=0;orthogonalLoop=1;jettySize=auto;html=1;entryX=0.01;entryY=0.979;entryDx=0;entryDy=0;entryPerimeter=0;" target="jEGAU5lpI0iEoRMDVADk-258" value="">
          <mxGeometry relative="1" as="geometry">
            <Array as="points">
              <mxPoint x="220" y="992" />
              <mxPoint x="395" y="992" />
            </Array>
            <mxPoint x="220" y="1020" as="targetPoint" />
          </mxGeometry>
        </mxCell>
        <mxCell id="jEGAU5lpI0iEoRMDVADk-400" parent="1" style="shape=waypoint;sketch=0;fillStyle=solid;size=6;pointerEvents=1;points=[];fillColor=none;resizable=0;rotatable=0;perimeter=centerPerimeter;snapToPoint=1;" value="" vertex="1">
          <mxGeometry height="20" width="20" x="210" y="940" as="geometry" />
        </mxCell>
        <mxCell id="jEGAU5lpI0iEoRMDVADk-404" edge="1" parent="1" source="jEGAU5lpI0iEoRMDVADk-258" style="endArrow=classic;html=1;rounded=0;exitX=1.036;exitY=0.975;exitDx=0;exitDy=0;exitPerimeter=0;entryX=0.008;entryY=0.975;entryDx=0;entryDy=0;entryPerimeter=0;jumpStyle=arc;" target="jEGAU5lpI0iEoRMDVADk-302" value="">
          <mxGeometry height="50" relative="1" width="50" as="geometry">
            <mxPoint x="630" y="1060" as="sourcePoint" />
            <mxPoint x="680" y="1010" as="targetPoint" />
          </mxGeometry>
        </mxCell>
        <mxCell id="jEGAU5lpI0iEoRMDVADk-405" parent="1" style="text;html=1;whiteSpace=wrap;strokeColor=none;fillColor=none;align=center;verticalAlign=middle;rounded=0;" value="rd" vertex="1">
          <mxGeometry height="30" width="60" x="450" y="970" as="geometry" />
        </mxCell>
        <mxCell id="jEGAU5lpI0iEoRMDVADk-406" parent="1" style="text;html=1;whiteSpace=wrap;strokeColor=none;fillColor=none;align=center;verticalAlign=middle;rounded=0;" value="rd" vertex="1">
          <mxGeometry height="30" width="60" x="847" y="965" as="geometry" />
        </mxCell>
        <mxCell id="jEGAU5lpI0iEoRMDVADk-407" edge="1" parent="1" source="jEGAU5lpI0iEoRMDVADk-302" style="edgeStyle=segmentEdgeStyle;endArrow=classic;html=1;curved=0;rounded=0;endSize=8;startSize=8;exitX=1.016;exitY=0.971;exitDx=0;exitDy=0;exitPerimeter=0;" target="jEGAU5lpI0iEoRMDVADk-331" value="">
          <mxGeometry height="50" relative="1" width="50" as="geometry">
            <mxPoint x="1090" y="960" as="sourcePoint" />
            <mxPoint x="1140" y="910" as="targetPoint" />
          </mxGeometry>
        </mxCell>
        <mxCell id="jEGAU5lpI0iEoRMDVADk-408" parent="1" style="text;html=1;whiteSpace=wrap;strokeColor=none;fillColor=none;align=center;verticalAlign=middle;rounded=0;" value="rd" vertex="1">
          <mxGeometry height="30" width="60" x="1310" y="960" as="geometry" />
        </mxCell>
        <mxCell id="jEGAU5lpI0iEoRMDVADk-409" parent="1" style="text;html=1;whiteSpace=wrap;strokeColor=none;fillColor=none;align=center;verticalAlign=middle;rounded=0;rotation=90;" value="ALUresult" vertex="1">
          <mxGeometry height="30" width="60" x="1410" y="880" as="geometry" />
        </mxCell>
        <mxCell id="jEGAU5lpI0iEoRMDVADk-410" edge="1" parent="1" source="jEGAU5lpI0iEoRMDVADk-65" style="endArrow=classic;html=1;rounded=0;dashed=1;entryX=0.5;entryY=0;entryDx=0;entryDy=0;exitX=0.057;exitY=0.986;exitDx=0;exitDy=0;exitPerimeter=0;" target="jEGAU5lpI0iEoRMDVADk-241" value="">
          <mxGeometry height="50" relative="1" width="50" as="geometry">
            <mxPoint x="140" y="500" as="sourcePoint" />
            <mxPoint x="121" y="641" as="targetPoint" />
          </mxGeometry>
        </mxCell>
        <mxCell id="jEGAU5lpI0iEoRMDVADk-411" parent="1" style="text;html=1;whiteSpace=wrap;strokeColor=none;fillColor=none;align=center;verticalAlign=middle;rounded=0;" value="external signals" vertex="1">
          <mxGeometry height="30" width="60" x="140" y="540" as="geometry" />
        </mxCell>
        <mxCell id="jEGAU5lpI0iEoRMDVADk-412" edge="1" parent="1" style="endArrow=classic;html=1;rounded=0;dashed=1;" value="">
          <mxGeometry height="50" relative="1" width="50" as="geometry">
            <mxPoint x="1440" y="480" as="sourcePoint" />
            <mxPoint x="1440" y="600" as="targetPoint" />
          </mxGeometry>
        </mxCell>
        <mxCell id="jEGAU5lpI0iEoRMDVADk-413" parent="1" style="text;html=1;whiteSpace=wrap;strokeColor=none;fillColor=none;align=center;verticalAlign=middle;rounded=0;" value="external signals" vertex="1">
          <mxGeometry height="30" width="60" x="1450" y="540" as="geometry" />
+         </mxCell>
+         <mxCell id="XyD1ADlql0L1OQJpYdDN-1" parent="1" style="text;html=1;whiteSpace=wrap;strokeColor=none;fillColor=none;align=center;verticalAlign=middle;rounded=0;" value="Imm" vertex="1">
+           <mxGeometry height="30" width="60" x="500" y="935" as="geometry" />
+         </mxCell>
+         <mxCell id="XyD1ADlql0L1OQJpYdDN-2" parent="1" style="text;html=1;whiteSpace=wrap;strokeColor=none;fillColor=none;align=center;verticalAlign=middle;rounded=0;rotation=90;" value="PC + 4" vertex="1">
+           <mxGeometry height="30" width="60" x="110" y="650" as="geometry" />
+         </mxCell>
+         <mxCell id="XyD1ADlql0L1OQJpYdDN-3" parent="1" style="text;html=1;whiteSpace=wrap;strokeColor=none;fillColor=none;align=center;verticalAlign=middle;rounded=0;rotation=90;" value="PC + 4" vertex="1">
+           <mxGeometry height="30" width="60" x="550" y="640" as="geometry" />
+         </mxCell>
+         <mxCell id="XyD1ADlql0L1OQJpYdDN-4" parent="1" style="text;html=1;whiteSpace=wrap;strokeColor=none;fillColor=none;align=center;verticalAlign=middle;rounded=0;rotation=90;" value="rs1_val" vertex="1">
+           <mxGeometry height="30" width="60" x="550" y="730" as="geometry" />
+         </mxCell>
+         <mxCell id="XyD1ADlql0L1OQJpYdDN-5" parent="1" style="text;html=1;whiteSpace=wrap;strokeColor=none;fillColor=none;align=center;verticalAlign=middle;rounded=0;rotation=90;" value="rs2_val" vertex="1">
+           <mxGeometry height="30" width="60" x="550" y="790" as="geometry" />
+         </mxCell>
+         <mxCell id="XyD1ADlql0L1OQJpYdDN-6" parent="1" style="text;html=1;whiteSpace=wrap;strokeColor=none;fillColor=none;align=center;verticalAlign=middle;rounded=0;rotation=90;" value="Imm" vertex="1">
+           <mxGeometry height="30" width="60" x="550" y="910" as="geometry" />
+         </mxCell>
+         <mxCell id="XyD1ADlql0L1OQJpYdDN-7" parent="1" style="text;html=1;whiteSpace=wrap;strokeColor=none;fillColor=none;align=center;verticalAlign=middle;rounded=0;rotation=90;" value="rd" vertex="1">
+           <mxGeometry height="30" width="60" x="550" y="965" as="geometry" />
+         </mxCell>
+         <mxCell id="XyD1ADlql0L1OQJpYdDN-9" parent="1" style="text;html=1;whiteSpace=wrap;strokeColor=none;fillColor=none;align=center;verticalAlign=middle;rounded=0;rotation=90;" value="rd" vertex="1">
+           <mxGeometry height="30" width="60" x="950" y="965" as="geometry" />
+         </mxCell>
+         <mxCell id="XyD1ADlql0L1OQJpYdDN-10" parent="1" style="text;html=1;whiteSpace=wrap;strokeColor=none;fillColor=none;align=center;verticalAlign=middle;rounded=0;" value="&lt;span style=&quot;color: rgba(0, 0, 0, 0); font-family: monospace; font-size: 0px; text-align: start; text-wrap-mode: nowrap;&quot;&gt;%3CmxGraphModel%3E%3Croot%3E%3CmxCell%20id%3D%220%22%2F%3E%3CmxCell%20id%3D%221%22%20parent%3D%220%22%2F%3E%3CmxCell%20id%3D%222%22%20parent%3D%221%22%20style%3D%22text%3Bhtml%3D1%3BwhiteSpace%3Dwrap%3BstrokeColor%3Dnone%3BfillColor%3Dnone%3Balign%3Dcenter%3BverticalAlign%3Dmiddle%3Brounded%3D0%3Brotation%3D90%3B%22%20value%3D%22rs_2%22%20vertex%3D%221%22%3E%3CmxGeometry%20height%3D%2230%22%20width%3D%2260%22%20x%3D%22550%22%20y%3D%22780%22%20as%3D%22geometry%22%2F%3E%3C%2FmxCell%3E%3C%2Froot%3E%3C%2FmxGraphModel%3&lt;/span&gt;" vertex="1">
+           <mxGeometry height="30" width="60" x="1040" y="920" as="geometry" />
+         </mxCell>
+         <mxCell id="XyD1ADlql0L1OQJpYdDN-11" parent="1" style="text;html=1;whiteSpace=wrap;strokeColor=none;fillColor=none;align=center;verticalAlign=middle;rounded=0;rotation=90;" value="rs2_val" vertex="1">
+           <mxGeometry height="30" width="60" x="950" y="887.5" as="geometry" />
+         </mxCell>
+         <mxCell id="XyD1ADlql0L1OQJpYdDN-12" parent="1" style="text;html=1;whiteSpace=wrap;strokeColor=none;fillColor=none;align=center;verticalAlign=middle;rounded=0;rotation=90;" value="PC + 4" vertex="1">
+           <mxGeometry height="30" width="60" x="950" y="640" as="geometry" />
+         </mxCell>
+         <mxCell id="XyD1ADlql0L1OQJpYdDN-13" parent="1" style="text;html=1;whiteSpace=wrap;strokeColor=none;fillColor=none;align=center;verticalAlign=middle;rounded=0;rotation=90;" value="PC + 4" vertex="1">
+           <mxGeometry height="30" width="60" x="1410" y="630" as="geometry" />
+         </mxCell>
+         <mxCell id="XyD1ADlql0L1OQJpYdDN-14" parent="1" style="text;html=1;whiteSpace=wrap;strokeColor=none;fillColor=none;align=center;verticalAlign=middle;rounded=0;rotation=90;" value="MemReadData" vertex="1">
+           <mxGeometry height="30" width="60" x="1410" y="735" as="geometry" />
+         </mxCell>
+         <mxCell id="XyD1ADlql0L1OQJpYdDN-15" parent="1" style="text;html=1;whiteSpace=wrap;strokeColor=none;fillColor=none;align=center;verticalAlign=middle;rounded=0;rotation=90;" value="rd" vertex="1">
+           <mxGeometry height="30" width="60" x="1410" y="970" as="geometry" />
+         </mxCell>
+         <mxCell id="XyD1ADlql0L1OQJpYdDN-16" parent="1" style="text;html=1;whiteSpace=wrap;strokeColor=none;fillColor=none;align=center;verticalAlign=middle;rounded=0;" value="data&amp;nbsp;&lt;div&gt;from&lt;/div&gt;&lt;div&gt;mem&lt;/div&gt;" vertex="1">
+           <mxGeometry height="30" width="60" x="1450" y="705" as="geometry" />
+         </mxCell>
+         <mxCell id="XyD1ADlql0L1OQJpYdDN-17" parent="1" style="text;html=1;whiteSpace=wrap;strokeColor=none;fillColor=none;align=center;verticalAlign=middle;rounded=0;" value="rs1+offset" vertex="1">
+           <mxGeometry height="30" width="60" x="1030" y="700" as="geometry" />
+         </mxCell>
+         <mxCell id="XyD1ADlql0L1OQJpYdDN-18" parent="1" style="shape=waypoint;sketch=0;fillStyle=solid;size=6;pointerEvents=1;points=[];fillColor=none;resizable=0;rotatable=0;perimeter=centerPerimeter;snapToPoint=1;" value="" vertex="1">
+           <mxGeometry height="20" width="20" x="1020" y="790" as="geometry" />
        </mxCell>
      </root>
    </mxGraphModel>
  </diagram>
</mxfile>
